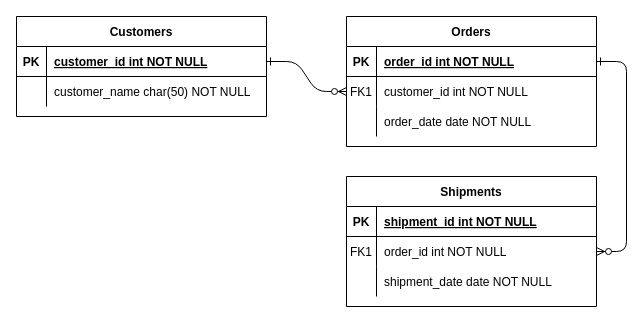
Before: Диаграмма без названия.drawio in raingeragonUA/LibraryCompany, a draw.io diagram. Source tidied: cells renumbered, new cells numbered last; positions are measured from the earlier drawing's top-left corner, leaving out a move shared by most shapes. Both pictures are drawn from the tidied source at 100%, with x=0, y=0 at pixel (16, 16).
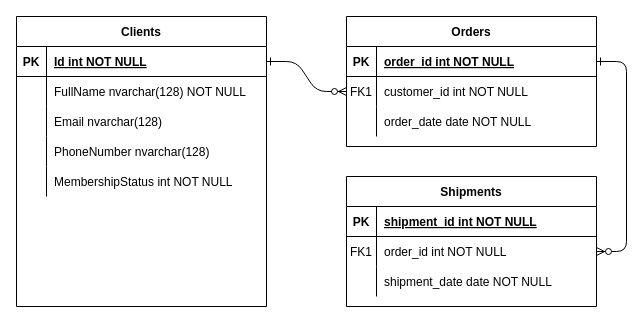
Above is the later version.

Unchanged cells that the change refers to:
```xml
<mxCell id="25" style="shape=partialRectangle;fillColor=none;points=[[0,0.5],[1,0.5]];portConstraint=eastwest;top=0;left=0;right=0;bottom=1;" parent="24" vertex="1">
  <mxGeometry y="30" width="250" height="30" as="geometry" />
</mxCell>
<mxCell id="28" style="shape=partialRectangle;fillColor=none;top=0;left=0;right=0;bottom=0;" parent="24" vertex="1">
  <mxGeometry y="60" width="250" height="30" as="geometry" />
</mxCell>
```

Change to the diagram source:
```diff
@@
-    <mxCell id="24" value="Customers" style="shape=table;startSize=30;childLayout=tableLayout;rowLines=0;fontStyle=1;align=center;" parent="1" vertex="1">
-      <mxGeometry width="250" height="100" as="geometry" />
+    <mxCell id="24" value="Clients" style="shape=table;startSize=30;childLayout=tableLayout;rowLines=0;fontStyle=1;align=center;" parent="1" vertex="1">
+      <mxGeometry width="250" height="290" as="geometry" />
     </mxCell>
@@
-    <mxCell id="27" value="customer_id int NOT NULL " style="shape=partialRectangle;overflow=hidden;fillColor=none;top=0;left=0;bottom=0;right=0;align=left;spacingLeft=6;fontStyle=5;" parent="25" vertex="1">
+    <mxCell id="27" value="Id int NOT NULL " style="shape=partialRectangle;overflow=hidden;fillColor=none;top=0;left=0;bottom=0;right=0;align=left;spacingLeft=6;fontStyle=5;" parent="25" vertex="1">
       <mxGeometry x="30" width="220" height="30" as="geometry" />
     </mxCell>
@@
-    <mxCell id="30" value="customer_name char(50) NOT NULL" style="shape=partialRectangle;overflow=hidden;fillColor=none;top=0;left=0;bottom=0;right=0;align=left;spacingLeft=6;" parent="28" vertex="1">
+    <mxCell id="30" value="FullName nvarchar(128) NOT NULL" style="shape=partialRectangle;overflow=hidden;fillColor=none;top=0;left=0;bottom=0;right=0;align=left;spacingLeft=6;" parent="28" vertex="1">
       <mxGeometry x="30" width="220" height="30" as="geometry" />
     </mxCell>
+    <mxCell id="31" style="shape=tableRow;horizontal=0;startSize=0;swimlaneHead=0;swimlaneBody=0;fillColor=none;top=0;left=0;right=0;bottom=0;" parent="24" vertex="1">
+      <mxGeometry y="90" width="250" height="30" as="geometry" />
+    </mxCell>
+    <mxCell id="32" style="shape=partialRectangle;fillColor=none;top=0;left=0;bottom=0;right=0;overflow=hidden;" parent="31" vertex="1">
+      <mxGeometry width="30" height="30" as="geometry" />
+    </mxCell>
+    <mxCell id="33" value="Email nvarchar(128) " style="shape=partialRectangle;fillColor=none;top=0;left=0;bottom=0;right=0;align=left;spacingLeft=6;overflow=hidden;" parent="31" vertex="1">
+      <mxGeometry x="30" width="220" height="30" as="geometry" />
+    </mxCell>
+    <mxCell id="34" style="shape=tableRow;horizontal=0;startSize=0;swimlaneHead=0;swimlaneBody=0;fillColor=none;top=0;left=0;right=0;bottom=0;" parent="24" vertex="1">
+      <mxGeometry y="120" width="250" height="30" as="geometry" />
+    </mxCell>
+    <mxCell id="35" style="shape=partialRectangle;fillColor=none;top=0;left=0;bottom=0;right=0;overflow=hidden;" parent="34" vertex="1">
+      <mxGeometry width="30" height="30" as="geometry" />
+    </mxCell>
+    <mxCell id="36" value="PhoneNumber nvarchar(128)" style="shape=partialRectangle;fillColor=none;top=0;left=0;bottom=0;right=0;align=left;spacingLeft=6;overflow=hidden;" parent="34" vertex="1">
+      <mxGeometry x="30" width="220" height="30" as="geometry" />
+    </mxCell>
+    <mxCell id="37" style="shape=tableRow;horizontal=0;startSize=0;swimlaneHead=0;swimlaneBody=0;fillColor=none;top=0;left=0;right=0;bottom=0;" parent="24" vertex="1">
+      <mxGeometry y="150" width="250" height="30" as="geometry" />
+    </mxCell>
+    <mxCell id="38" style="shape=partialRectangle;fillColor=none;top=0;left=0;bottom=0;right=0;overflow=hidden;" parent="37" vertex="1">
+      <mxGeometry width="30" height="30" as="geometry" />
+    </mxCell>
+    <mxCell id="39" value="MembershipStatus int NOT NULL" style="shape=partialRectangle;fillColor=none;top=0;left=0;bottom=0;right=0;align=left;spacingLeft=6;overflow=hidden;" parent="37" vertex="1">
+      <mxGeometry x="30" width="220" height="30" as="geometry" />
+    </mxCell>
```
